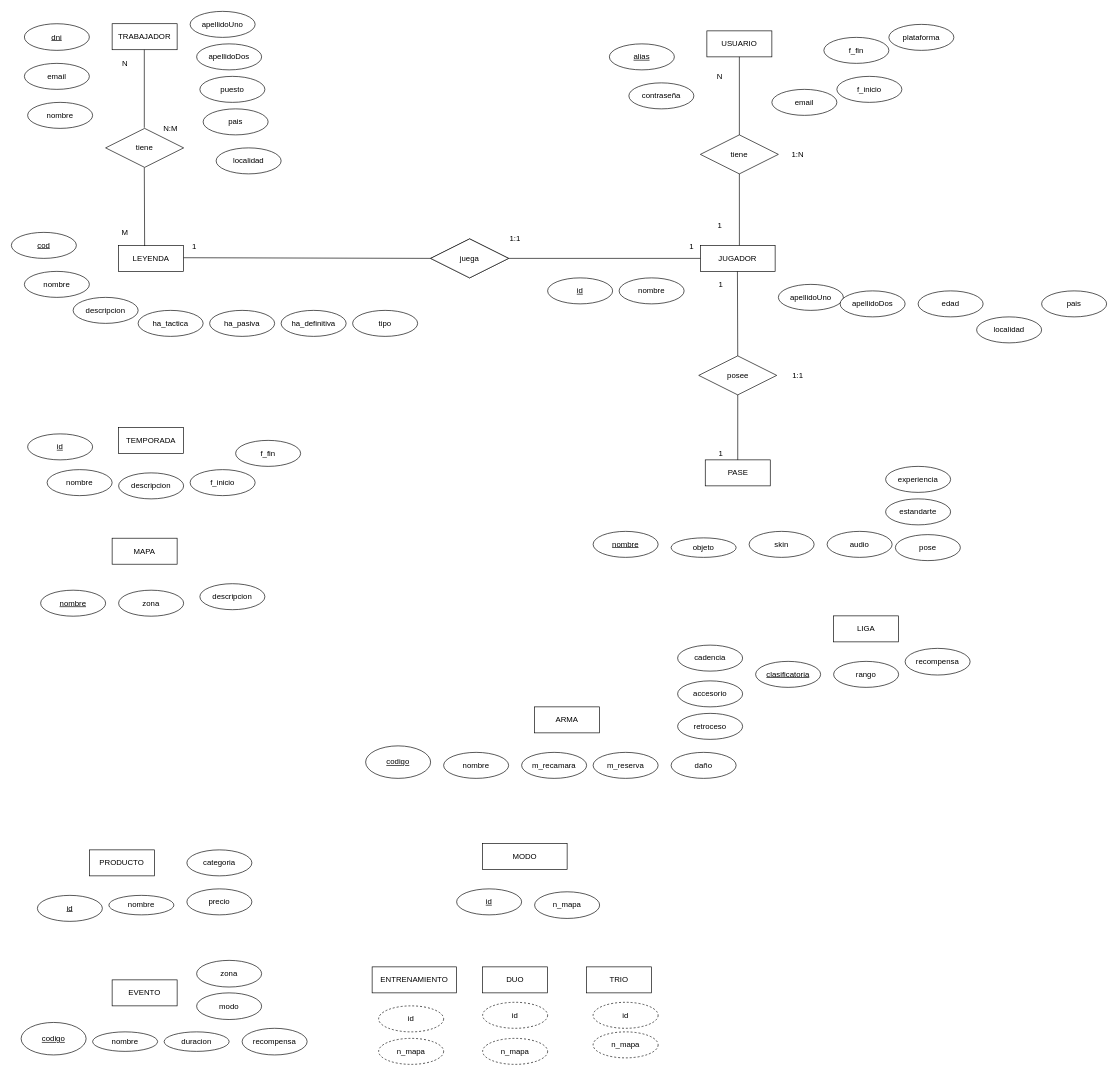
This is modelo_entidad_relacion/modelo_entidad_relacion.drawio from raulgp97/base_de_datos_apex_leyends, a draw.io file, before an edit. Source tidied: cells renumbered, new cells numbered last; positions are measured from the earlier drawing's top-left corner, leaving out a move shared by most shapes. Both pictures are drawn from the tidied source at 65%, with x=0, y=0 at pixel (11, 11).
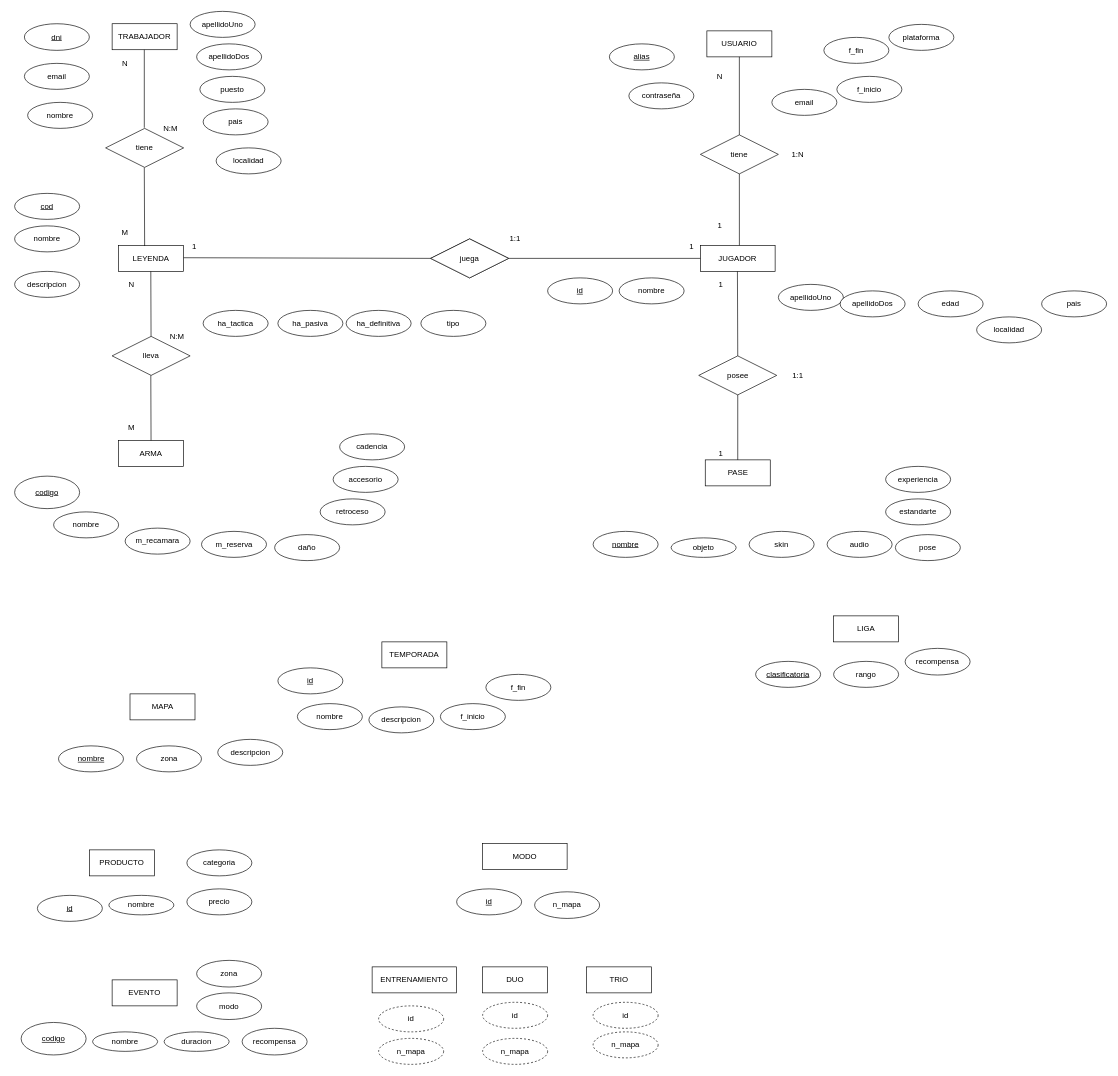
The same page after the edit.

Commit message:
Relacion Arma y leyenda modelo_entidad_relacion.drawio

Diff of the diagram source:
```diff
@@
     <mxCell id="5" value="MAPA" style="whiteSpace=wrap;html=1;align=center;" parent="1" vertex="1">
-      <mxGeometry x="155" y="810.5" width="100" height="40" as="geometry" />
+      <mxGeometry x="182.5" y="1050" width="100" height="40" as="geometry" />
     </mxCell>
     <mxCell id="6" value="TEMPORADA" style="whiteSpace=wrap;html=1;align=center;" parent="1" vertex="1">
-      <mxGeometry x="165" y="640" width="100" height="40" as="geometry" />
+      <mxGeometry x="570" y="970" width="100" height="40" as="geometry" />
     </mxCell>
@@
     <mxCell id="9" value="ARMA" style="whiteSpace=wrap;html=1;align=center;" parent="1" vertex="1">
-      <mxGeometry x="805" y="1070" width="100" height="40" as="geometry" />
+      <mxGeometry x="165" y="660" width="100" height="40" as="geometry" />
     </mxCell>
@@
     <mxCell id="37" value="nombre" style="ellipse;whiteSpace=wrap;html=1;align=center;" parent="1" vertex="1">
-      <mxGeometry x="20" y="400" width="100" height="40" as="geometry" />
+      <mxGeometry x="5" y="330" width="100" height="40" as="geometry" />
     </mxCell>
     <mxCell id="38" value="descripcion" style="ellipse;whiteSpace=wrap;html=1;align=center;" parent="1" vertex="1">
-      <mxGeometry x="95" y="440" width="100" height="40" as="geometry" />
+      <mxGeometry x="5" y="400" width="100" height="40" as="geometry" />
     </mxCell>
     <mxCell id="39" value="cod" style="ellipse;whiteSpace=wrap;html=1;align=center;fontStyle=4;" parent="1" vertex="1">
-      <mxGeometry y="340" width="100" height="40" as="geometry" />
+      <mxGeometry x="5" y="280" width="100" height="40" as="geometry" />
     </mxCell>
     <mxCell id="40" value="ha_tactica" style="ellipse;whiteSpace=wrap;html=1;align=center;" parent="1" vertex="1">
-      <mxGeometry x="195" y="460" width="100" height="40" as="geometry" />
+      <mxGeometry x="295" y="460" width="100" height="40" as="geometry" />
     </mxCell>
     <mxCell id="41" value="ha_pasiva" style="ellipse;whiteSpace=wrap;html=1;align=center;" parent="1" vertex="1">
-      <mxGeometry x="305" y="460" width="100" height="40" as="geometry" />
+      <mxGeometry x="410" y="460" width="100" height="40" as="geometry" />
     </mxCell>
     <mxCell id="42" value="ha_definitiva" style="ellipse;whiteSpace=wrap;html=1;align=center;" parent="1" vertex="1">
-      <mxGeometry x="415" y="460" width="100" height="40" as="geometry" />
+      <mxGeometry x="515" y="460" width="100" height="40" as="geometry" />
     </mxCell>
     <mxCell id="43" value="tipo" style="ellipse;whiteSpace=wrap;html=1;align=center;" parent="1" vertex="1">
-      <mxGeometry x="525" y="460" width="100" height="40" as="geometry" />
+      <mxGeometry x="630" y="460" width="100" height="40" as="geometry" />
     </mxCell>
     <mxCell id="44" value="id" style="ellipse;whiteSpace=wrap;html=1;align=center;fontStyle=4;" parent="1" vertex="1">
-      <mxGeometry x="25" y="650" width="100" height="40" as="geometry" />
+      <mxGeometry x="410" y="1010" width="100" height="40" as="geometry" />
     </mxCell>
     <mxCell id="45" value="nombre" style="ellipse;whiteSpace=wrap;html=1;align=center;" parent="1" vertex="1">
-      <mxGeometry x="55" y="705" width="100" height="40" as="geometry" />
+      <mxGeometry x="440" y="1065" width="100" height="40" as="geometry" />
     </mxCell>
     <mxCell id="46" value="f_inicio" style="ellipse;whiteSpace=wrap;html=1;align=center;" parent="1" vertex="1">
-      <mxGeometry x="275" y="705" width="100" height="40" as="geometry" />
+      <mxGeometry x="660" y="1065" width="100" height="40" as="geometry" />
     </mxCell>
     <mxCell id="47" value="f_fin" style="ellipse;whiteSpace=wrap;html=1;align=center;" parent="1" vertex="1">
-      <mxGeometry x="345" y="660" width="100" height="40" as="geometry" />
+      <mxGeometry x="730" y="1020" width="100" height="40" as="geometry" />
     </mxCell>
     <mxCell id="48" value="descripcion" style="ellipse;whiteSpace=wrap;html=1;align=center;" parent="1" vertex="1">
-      <mxGeometry x="165" y="710" width="100" height="40" as="geometry" />
+      <mxGeometry x="550" y="1070" width="100" height="40" as="geometry" />
     </mxCell>
     <mxCell id="49" value="zona" style="ellipse;whiteSpace=wrap;html=1;align=center;" parent="1" vertex="1">
-      <mxGeometry x="165" y="890.5" width="100" height="40" as="geometry" />
+      <mxGeometry x="192.5" y="1130" width="100" height="40" as="geometry" />
     </mxCell>
     <mxCell id="50" value="descripcion" style="ellipse;whiteSpace=wrap;html=1;align=center;" parent="1" vertex="1">
-      <mxGeometry x="290" y="880.5" width="100" height="40" as="geometry" />
+      <mxGeometry x="317.5" y="1120" width="100" height="40" as="geometry" />
     </mxCell>
     <mxCell id="51" value="nombre" style="ellipse;whiteSpace=wrap;html=1;align=center;fontStyle=4;" parent="1" vertex="1">
-      <mxGeometry x="45" y="890.5" width="100" height="40" as="geometry" />
+      <mxGeometry x="72.5" y="1130" width="100" height="40" as="geometry" />
     </mxCell>
@@
     <mxCell id="66" value="nombre" style="ellipse;whiteSpace=wrap;html=1;align=center;" parent="1" vertex="1">
-      <mxGeometry x="665" y="1140" width="100" height="40" as="geometry" />
+      <mxGeometry x="65" y="770" width="100" height="40" as="geometry" />
     </mxCell>
     <mxCell id="67" value="m_recamara" style="ellipse;whiteSpace=wrap;html=1;align=center;" parent="1" vertex="1">
-      <mxGeometry x="785" y="1140" width="100" height="40" as="geometry" />
+      <mxGeometry x="175" y="795" width="100" height="40" as="geometry" />
     </mxCell>
     <mxCell id="68" value="m_reserva" style="ellipse;whiteSpace=wrap;html=1;align=center;" parent="1" vertex="1">
-      <mxGeometry x="895" y="1140" width="100" height="40" as="geometry" />
+      <mxGeometry x="292.5" y="800" width="100" height="40" as="geometry" />
     </mxCell>
     <mxCell id="69" value="daño" style="ellipse;whiteSpace=wrap;html=1;align=center;" parent="1" vertex="1">
-      <mxGeometry x="1015" y="1140" width="100" height="40" as="geometry" />
+      <mxGeometry x="405" y="805" width="100" height="40" as="geometry" />
     </mxCell>
     <mxCell id="70" value="retroceso" style="ellipse;whiteSpace=wrap;html=1;align=center;" parent="1" vertex="1">
-      <mxGeometry x="1025" y="1080" width="100" height="40" as="geometry" />
+      <mxGeometry x="475" y="750" width="100" height="40" as="geometry" />
     </mxCell>
     <mxCell id="71" value="accesorio" style="ellipse;whiteSpace=wrap;html=1;align=center;" parent="1" vertex="1">
-      <mxGeometry x="1025" y="1030" width="100" height="40" as="geometry" />
+      <mxGeometry x="495" y="700" width="100" height="40" as="geometry" />
     </mxCell>
     <mxCell id="72" value="codigo" style="ellipse;whiteSpace=wrap;html=1;align=center;fontStyle=4;" parent="1" vertex="1">
-      <mxGeometry x="545" y="1130" width="100" height="50" as="geometry" />
+      <mxGeometry x="5" y="715" width="100" height="50" as="geometry" />
     </mxCell>
     <mxCell id="73" value="cadencia" style="ellipse;whiteSpace=wrap;html=1;align=center;" parent="1" vertex="1">
-      <mxGeometry x="1025" y="975" width="100" height="40" as="geometry" />
+      <mxGeometry x="505" y="650" width="100" height="40" as="geometry" />
     </mxCell>
@@
+    <mxCell id="114" value="lleva" style="shape=rhombus;perimeter=rhombusPerimeter;whiteSpace=wrap;html=1;align=center;" parent="1" vertex="1">
+      <mxGeometry x="155" y="500" width="120" height="60" as="geometry" />
+    </mxCell>
+    <mxCell id="115" style="endArrow=none;html=1;rounded=0;entryX=0.5;entryY=1;entryDx=0;entryDy=0;" parent="1" edge="1" source="114">
+      <mxGeometry relative="1" as="geometry">
+        <mxPoint x="214.5" y="400" as="targetPoint" />
+      </mxGeometry>
+    </mxCell>
+    <mxCell id="116" style="endArrow=none;html=1;rounded=0;entryX=0.5;entryY=1;entryDx=0;entryDy=0;" parent="1" edge="1">
+      <mxGeometry relative="1" as="geometry">
+        <mxPoint x="214.9" y="660.1" as="sourcePoint" />
+        <mxPoint x="214.5" y="560" as="targetPoint" />
+      </mxGeometry>
+    </mxCell>
+    <mxCell id="117" value="N" style="text;html=1;strokeColor=none;fillColor=none;align=center;verticalAlign=middle;whiteSpace=wrap;rounded=0;" parent="1" vertex="1">
+      <mxGeometry x="165" y="410" width="40" height="20" as="geometry" />
+    </mxCell>
+    <mxCell id="118" value="M" style="text;html=1;strokeColor=none;fillColor=none;align=center;verticalAlign=middle;whiteSpace=wrap;rounded=0;" parent="1" vertex="1">
+      <mxGeometry x="165" y="630" width="40" height="20" as="geometry" />
+    </mxCell>
+    <mxCell id="119" value="N:M" style="text;html=1;strokeColor=none;fillColor=none;align=center;verticalAlign=middle;whiteSpace=wrap;rounded=0;" parent="1" vertex="1">
+      <mxGeometry x="235" y="490" width="40" height="20" as="geometry" />
+    </mxCell>
```
